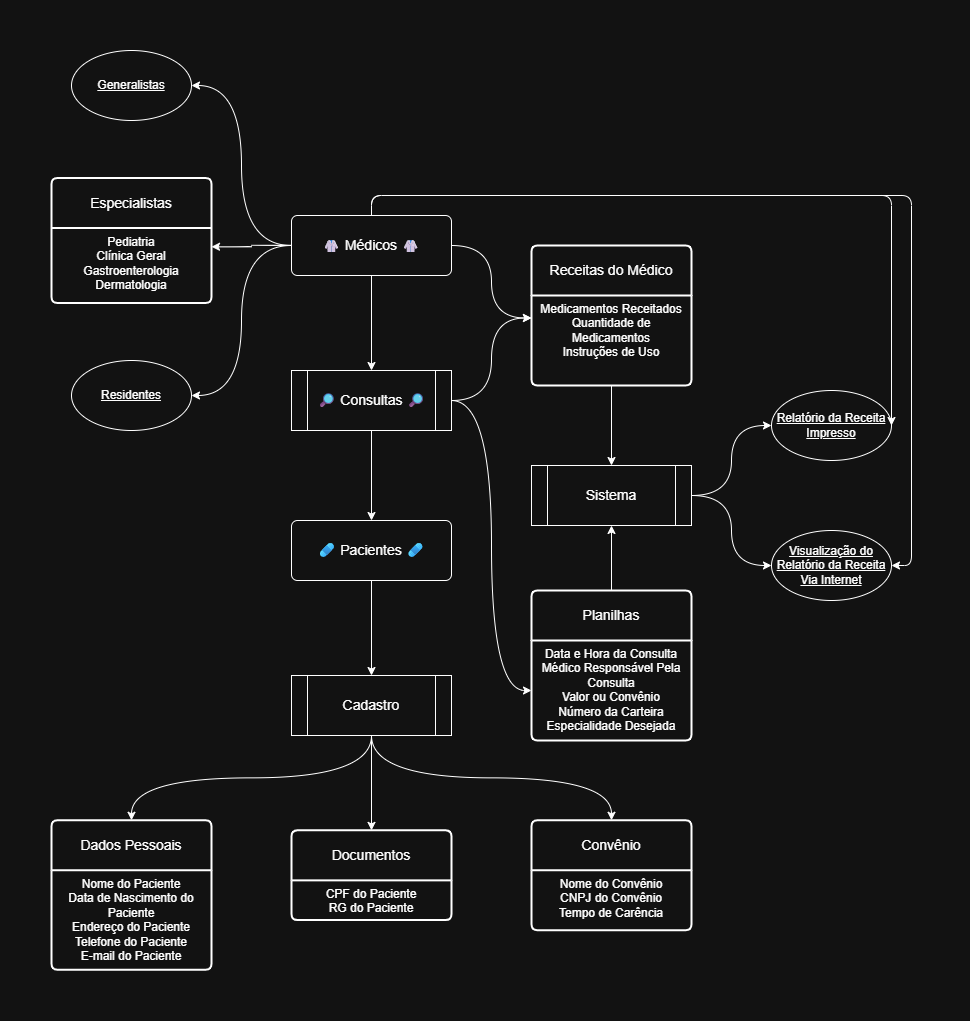
Earlier version of the draw.io export bdd_hospital_parte1.drawio.png (NoahCardo/Banco-de-Dados---Hospital). Source tidied: cells renumbered, new cells last; positions are measured from the earlier drawing's top-left corner, leaving out a move shared by most shapes.
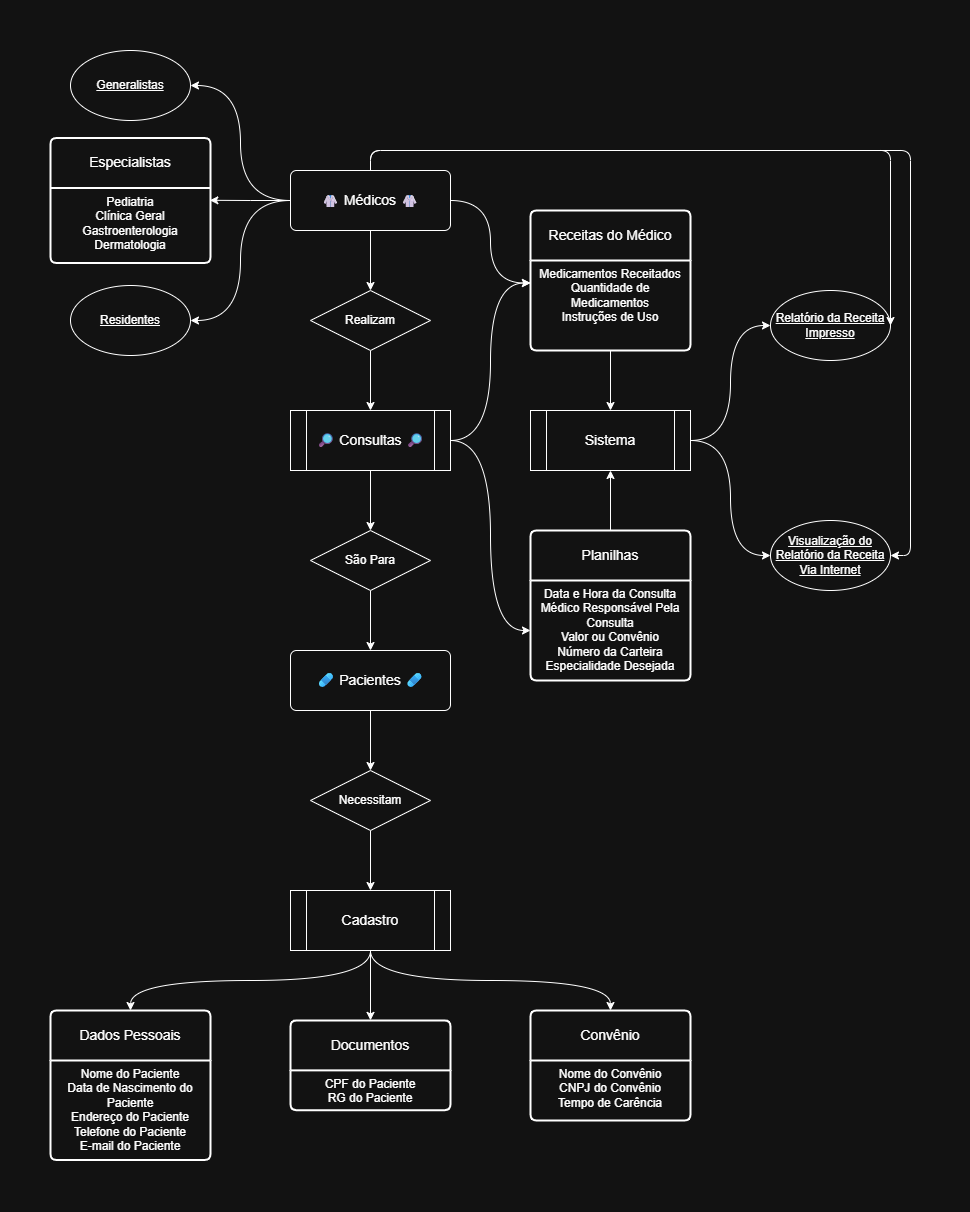
Later version of the same file.

What changed in the source:
```diff
@@ -3,19 +3,19 @@
     <mxCell id="0" />
     <mxCell id="1" parent="0" />
     <mxCell id="2" value="Convênio" style="swimlane;horizontal=1;startSize=50;rounded=1;fontSize=14;fontStyle=0;strokeWidth=2;shadow=0;dashed=0;align=center;arcSize=4;whiteSpace=wrap;html=1;labelBackgroundColor=none;labelBorderColor=none;" parent="1" vertex="1">
-      <mxGeometry x="480" y="769.8" width="160" height="110" as="geometry" />
+      <mxGeometry x="480" y="885" width="160" height="110" as="geometry" />
     </mxCell>
     <mxCell id="3" value="Nome do Convênio&lt;br&gt;&lt;div&gt;CNPJ do Convênio&lt;/div&gt;&lt;div&gt;Tempo de Carência&lt;/div&gt;" style="align=center;strokeColor=none;fillColor=none;spacingLeft=4;spacingRight=4;fontSize=12;verticalAlign=top;html=1;whiteSpace=wrap;labelBackgroundColor=none;labelBorderColor=none;" parent="2" vertex="1">
       <mxGeometry y="50" width="160" height="60" as="geometry" />
     </mxCell>
     <mxCell id="4" value="Generalistas" style="ellipse;whiteSpace=wrap;html=1;align=center;fontStyle=4;labelBackgroundColor=none;labelBorderColor=none;" parent="1" vertex="1">
-      <mxGeometry x="20" width="120" height="70" as="geometry" />
+      <mxGeometry x="20" y="-75" width="120" height="70" as="geometry" />
     </mxCell>
     <mxCell id="5" style="edgeStyle=orthogonalEdgeStyle;rounded=0;jettySize=auto;html=1;exitX=0.5;exitY=0;exitDx=0;exitDy=0;entryX=0.5;entryY=1;entryDx=0;entryDy=0;curved=1;labelBackgroundColor=none;labelBorderColor=none;" parent="1" edge="1" source="6" target="18">
       <mxGeometry relative="1" as="geometry" />
     </mxCell>
     <mxCell id="6" value="Planilhas" style="swimlane;horizontal=1;startSize=50;rounded=1;fontSize=14;fontStyle=0;strokeWidth=2;shadow=0;dashed=0;align=center;arcSize=4;whiteSpace=wrap;html=1;labelBackgroundColor=none;labelBorderColor=none;" parent="1" vertex="1">
-      <mxGeometry x="480" y="540" width="160" height="150" as="geometry" />
+      <mxGeometry x="480" y="405" width="160" height="150" as="geometry" />
     </mxCell>
     <mxCell id="7" value="Data e Hora da Consulta&lt;br&gt;Médico Responsável Pela Consulta&lt;br&gt;Valor ou Convênio&lt;div&gt;Número da Carteira&lt;br&gt;&lt;div&gt;Especialidade Desejada&lt;/div&gt;&lt;/div&gt;" style="align=center;strokeColor=none;fillColor=none;spacingLeft=4;spacingRight=4;fontSize=12;verticalAlign=top;html=1;whiteSpace=wrap;labelBackgroundColor=none;labelBorderColor=none;" parent="6" vertex="1">
       <mxGeometry y="50" width="160" height="100" as="geometry" />
@@ -23,20 +23,20 @@
     <mxCell id="8" style="edgeStyle=orthogonalEdgeStyle;rounded=0;jettySize=auto;html=1;exitX=1;exitY=0.5;exitDx=0;exitDy=0;entryX=0;entryY=0.25;entryDx=0;entryDy=0;curved=1;labelBackgroundColor=none;labelBorderColor=none;" parent="1" edge="1" source="11" target="14">
       <mxGeometry relative="1" as="geometry" />
     </mxCell>
-    <mxCell id="9" style="edgeStyle=orthogonalEdgeStyle;rounded=0;jettySize=auto;html=1;entryX=0.5;entryY=0;entryDx=0;entryDy=0;curved=1;labelBackgroundColor=none;labelBorderColor=none;" parent="1" edge="1" source="11" target="31">
+    <mxCell id="9" style="edgeStyle=orthogonalEdgeStyle;rounded=0;jettySize=auto;html=1;entryX=0.5;entryY=0;entryDx=0;entryDy=0;curved=0;labelBackgroundColor=none;labelBorderColor=none;" parent="1" edge="1" source="48" target="31">
       <mxGeometry relative="1" as="geometry" />
     </mxCell>
     <mxCell id="10" style="edgeStyle=orthogonalEdgeStyle;rounded=0;jettySize=auto;html=1;entryX=0;entryY=0.5;entryDx=0;entryDy=0;curved=1;labelBackgroundColor=none;labelBorderColor=none;" parent="1" edge="1" source="11" target="7">
       <mxGeometry relative="1" as="geometry" />
     </mxCell>
     <mxCell id="11" style="shape=process;whiteSpace=wrap;html=1;backgroundOutline=1;labelBackgroundColor=none;labelBorderColor=none;" parent="1" vertex="1">
-      <mxGeometry x="240" y="320" width="160" height="60" as="geometry" />
+      <mxGeometry x="240" y="285" width="160" height="60" as="geometry" />
     </mxCell>
     <mxCell id="12" value="&lt;font style=&quot;font-size: 14px;&quot;&gt;🔎 Consultas&amp;nbsp;&lt;/font&gt;&lt;span style=&quot;font-size: 14px;&quot;&gt;🔎&lt;/span&gt;" style="text;html=1;align=center;verticalAlign=middle;whiteSpace=wrap;rounded=0;labelBackgroundColor=none;labelBorderColor=none;" parent="1" vertex="1">
-      <mxGeometry x="262.5" y="335" width="115" height="30" as="geometry" />
+      <mxGeometry x="262.5" y="300" width="115" height="30" as="geometry" />
     </mxCell>
     <mxCell id="13" value="Receitas do Médico" style="swimlane;horizontal=1;startSize=50;rounded=1;fontSize=14;fontStyle=0;strokeWidth=2;shadow=0;dashed=0;align=center;arcSize=4;whiteSpace=wrap;html=1;fillColor=default;labelBackgroundColor=none;labelBorderColor=none;" parent="1" vertex="1">
-      <mxGeometry x="480" y="195" width="160" height="140" as="geometry" />
+      <mxGeometry x="480" y="85" width="160" height="140" as="geometry" />
     </mxCell>
     <mxCell id="14" value="Medicamentos Receitados&lt;br&gt;&lt;div&gt;Quantidade de Medicamentos&lt;/div&gt;&lt;div&gt;Instruções de Uso&lt;/div&gt;" style="align=center;strokeColor=none;fillColor=none;spacingLeft=4;spacingRight=4;fontSize=12;verticalAlign=top;html=1;whiteSpace=wrap;labelBackgroundColor=none;labelBorderColor=none;" parent="13" vertex="1">
       <mxGeometry y="50" width="160" height="90" as="geometry" />
@@ -51,18 +51,18 @@
       <mxGeometry relative="1" as="geometry" />
     </mxCell>
     <mxCell id="18" style="shape=process;whiteSpace=wrap;html=1;backgroundOutline=1;labelBackgroundColor=none;labelBorderColor=none;" parent="1" vertex="1">
-      <mxGeometry x="480" y="415" width="160" height="60" as="geometry" />
+      <mxGeometry x="480" y="285" width="160" height="60" as="geometry" />
     </mxCell>
     <mxCell id="19" value="&lt;font style=&quot;font-size: 14px;&quot;&gt;Sistema&lt;/font&gt;" style="text;html=1;align=center;verticalAlign=middle;whiteSpace=wrap;rounded=0;labelBackgroundColor=none;labelBorderColor=none;" parent="1" vertex="1">
-      <mxGeometry x="530" y="430" width="60" height="30" as="geometry" />
+      <mxGeometry x="530" y="300" width="60" height="30" as="geometry" />
     </mxCell>
     <mxCell id="20" value="Visualização do Relatório da Receita Via Internet" style="ellipse;whiteSpace=wrap;html=1;align=center;fontStyle=4;labelBackgroundColor=none;labelBorderColor=none;" parent="1" vertex="1">
-      <mxGeometry x="720" y="480" width="120" height="70" as="geometry" />
+      <mxGeometry x="720" y="395" width="120" height="70" as="geometry" />
     </mxCell>
     <mxCell id="21" value="Relatório da Receita Impresso" style="ellipse;whiteSpace=wrap;html=1;align=center;fontStyle=4;labelBackgroundColor=none;labelBorderColor=none;" parent="1" vertex="1">
-      <mxGeometry x="720" y="340" width="120" height="70" as="geometry" />
+      <mxGeometry x="720" y="165" width="120" height="70" as="geometry" />
     </mxCell>
-    <mxCell id="22" style="edgeStyle=orthogonalEdgeStyle;rounded=0;jettySize=auto;html=1;exitX=0.5;exitY=1;exitDx=0;exitDy=0;entryX=0.5;entryY=0;entryDx=0;entryDy=0;curved=1;labelBackgroundColor=none;labelBorderColor=none;" parent="1" edge="1" source="29" target="11">
+    <mxCell id="22" style="edgeStyle=orthogonalEdgeStyle;rounded=0;jettySize=auto;html=1;exitX=0.5;exitY=1;exitDx=0;exitDy=0;entryX=0.5;entryY=0;entryDx=0;entryDy=0;curved=0;labelBackgroundColor=none;labelBorderColor=none;" parent="1" edge="1" source="46" target="11">
       <mxGeometry relative="1" as="geometry" />
     </mxCell>
     <mxCell id="23" style="edgeStyle=orthogonalEdgeStyle;rounded=0;jettySize=auto;html=1;entryX=0;entryY=0.25;entryDx=0;entryDy=0;curved=1;labelBackgroundColor=none;labelBorderColor=none;" parent="1" edge="1" source="29" target="14">
@@ -74,8 +74,8 @@
     <mxCell id="25" style="edgeStyle=orthogonalEdgeStyle;rounded=1;jettySize=auto;html=1;exitX=0.5;exitY=0;exitDx=0;exitDy=0;curved=0;entryX=1;entryY=0.5;entryDx=0;entryDy=0;labelBackgroundColor=none;labelBorderColor=none;" parent="1" edge="1" source="29" target="21">
       <mxGeometry relative="1" as="geometry">
         <Array as="points">
-          <mxPoint x="320" y="145" />
-          <mxPoint x="840" y="145" />
+          <mxPoint x="320" y="25" />
+          <mxPoint x="840" y="25" />
         </Array>
       </mxGeometry>
     </mxCell>
@@ -85,20 +85,17 @@
     <mxCell id="27" style="edgeStyle=orthogonalEdgeStyle;rounded=0;jettySize=auto;html=1;exitX=0;exitY=0.5;exitDx=0;exitDy=0;entryX=1;entryY=0.5;entryDx=0;entryDy=0;curved=1;labelBackgroundColor=none;labelBorderColor=none;" parent="1" edge="1" source="29" target="42">
       <mxGeometry relative="1" as="geometry" />
     </mxCell>
-    <mxCell id="28" style="edgeStyle=orthogonalEdgeStyle;rounded=0;jettySize=auto;html=1;exitX=0;exitY=0.5;exitDx=0;exitDy=0;entryX=1;entryY=0.25;entryDx=0;entryDy=0;curved=1;labelBackgroundColor=none;labelBorderColor=none;" parent="1" edge="1" source="29" target="44">
-      <mxGeometry relative="1" as="geometry" />
-    </mxCell>
     <mxCell id="29" value="&lt;font style=&quot;font-size: 14px;&quot;&gt;🥼 Médicos 🥼&lt;/font&gt;" style="rounded=1;arcSize=10;whiteSpace=wrap;html=1;align=center;labelBackgroundColor=none;labelBorderColor=none;" parent="1" vertex="1">
-      <mxGeometry x="240" y="165" width="160" height="60" as="geometry" />
+      <mxGeometry x="240" y="45" width="160" height="60" as="geometry" />
     </mxCell>
-    <mxCell id="30" style="edgeStyle=orthogonalEdgeStyle;rounded=0;jettySize=auto;html=1;exitX=0.5;exitY=1;exitDx=0;exitDy=0;entryX=0.5;entryY=0;entryDx=0;entryDy=0;curved=1;labelBackgroundColor=none;labelBorderColor=none;" parent="1" edge="1" source="31" target="37">
+    <mxCell id="30" style="edgeStyle=orthogonalEdgeStyle;rounded=0;jettySize=auto;html=1;exitX=0.5;exitY=1;exitDx=0;exitDy=0;entryX=0.5;entryY=0;entryDx=0;entryDy=0;curved=0;labelBackgroundColor=none;labelBorderColor=none;" parent="1" edge="1" source="50" target="37">
       <mxGeometry relative="1" as="geometry" />
     </mxCell>
-    <mxCell id="31" value="&lt;font style=&quot;font-size: 14px;&quot;&gt;🩹 Pacientes&amp;nbsp;&lt;/font&gt;&lt;span style=&quot;font-size: 14px;&quot;&gt;🩹&lt;/span&gt;" style="rounded=1;arcSize=10;whiteSpace=wrap;html=1;align=center;labelBackgroundColor=none;labelBorderColor=none;" parent="1" vertex="1">
-      <mxGeometry x="240" y="470" width="160" height="60" as="geometry" />
+    <mxCell id="31" value="&lt;font style=&quot;font-size: 14px;&quot;&gt;🩹 Pacientes 🩹&lt;/font&gt;" style="rounded=1;arcSize=10;whiteSpace=wrap;html=1;align=center;labelBackgroundColor=none;labelBorderColor=none;" parent="1" vertex="1">
+      <mxGeometry x="240" y="525" width="160" height="60" as="geometry" />
     </mxCell>
     <mxCell id="32" value="Documentos" style="swimlane;horizontal=1;startSize=50;rounded=1;fontSize=14;fontStyle=0;strokeWidth=2;shadow=0;dashed=0;align=center;arcSize=4;whiteSpace=wrap;html=1;labelBackgroundColor=none;labelBorderColor=none;" parent="1" vertex="1">
-      <mxGeometry x="240" y="779.9" width="160" height="89.8" as="geometry" />
+      <mxGeometry x="240" y="894.9" width="160" height="89.8" as="geometry" />
     </mxCell>
     <mxCell id="33" value="CPF do Paciente&lt;div&gt;RG do Paciente&lt;/div&gt;" style="align=center;strokeColor=none;fillColor=none;spacingLeft=4;spacingRight=4;fontSize=12;verticalAlign=top;html=1;whiteSpace=wrap;labelBackgroundColor=none;labelBorderColor=none;" parent="32" vertex="1">
       <mxGeometry y="50" width="160" height="39.8" as="geometry" />
@@ -113,13 +110,13 @@
       <mxGeometry relative="1" as="geometry" />
     </mxCell>
     <mxCell id="37" style="shape=process;whiteSpace=wrap;html=1;backgroundOutline=1;labelBackgroundColor=none;labelBorderColor=none;" parent="1" vertex="1">
-      <mxGeometry x="240" y="625" width="160" height="60" as="geometry" />
+      <mxGeometry x="240" y="765" width="160" height="60" as="geometry" />
     </mxCell>
     <mxCell id="38" value="&lt;font style=&quot;font-size: 14px;&quot;&gt;Cadastro&lt;/font&gt;" style="text;html=1;align=center;verticalAlign=middle;whiteSpace=wrap;rounded=0;labelBackgroundColor=none;labelBorderColor=none;" parent="1" vertex="1">
-      <mxGeometry x="290" y="640" width="60" height="30" as="geometry" />
+      <mxGeometry x="290" y="780" width="60" height="30" as="geometry" />
     </mxCell>
     <mxCell id="39" value="Dados Pessoais" style="swimlane;horizontal=1;startSize=50;rounded=1;fontSize=14;fontStyle=0;strokeWidth=2;shadow=0;dashed=0;align=center;arcSize=4;whiteSpace=wrap;html=1;labelBackgroundColor=none;labelBorderColor=none;fillColor=default;" parent="1" vertex="1">
-      <mxGeometry y="769.8" width="160" height="149.5" as="geometry" />
+      <mxGeometry y="885" width="160" height="149.5" as="geometry" />
     </mxCell>
     <mxCell id="40" value="Nome do Paciente&lt;div&gt;Data de Nascimento do Paciente&lt;/div&gt;&lt;div&gt;Endereço do Paciente&lt;/div&gt;&lt;div&gt;Telefone do Paciente&lt;/div&gt;&lt;div&gt;E-mail do Paciente&lt;/div&gt;" style="align=center;strokeColor=none;fillColor=none;spacingLeft=4;spacingRight=4;fontSize=12;verticalAlign=top;html=1;whiteSpace=wrap;rounded=0;labelBackgroundColor=none;labelBorderColor=none;" parent="39" vertex="1">
       <mxGeometry y="50" width="160" height="99.5" as="geometry" />
@@ -128,13 +125,34 @@
       <mxGeometry relative="1" as="geometry" />
     </mxCell>
     <mxCell id="42" value="Residentes" style="ellipse;whiteSpace=wrap;html=1;align=center;fontStyle=4;labelBackgroundColor=none;labelBorderColor=none;" parent="1" vertex="1">
-      <mxGeometry x="20" y="310" width="120" height="70" as="geometry" />
+      <mxGeometry x="20" y="160" width="120" height="70" as="geometry" />
     </mxCell>
     <mxCell id="43" value="Especialistas" style="swimlane;horizontal=1;startSize=50;rounded=1;fontSize=14;fontStyle=0;strokeWidth=2;shadow=0;dashed=0;align=center;arcSize=4;whiteSpace=wrap;html=1;fillColor=default;labelBackgroundColor=none;labelBorderColor=none;" parent="1" vertex="1">
-      <mxGeometry y="127.5" width="160" height="125" as="geometry" />
+      <mxGeometry y="12.5" width="160" height="125" as="geometry" />
     </mxCell>
     <mxCell id="44" value="Pediatria&lt;div&gt;Clínica Geral&lt;/div&gt;&lt;div&gt;Gastroenterologia&lt;/div&gt;&lt;div&gt;Dermatologia&lt;/div&gt;" style="align=center;strokeColor=none;fillColor=none;spacingLeft=4;spacingRight=4;fontSize=12;verticalAlign=top;html=1;whiteSpace=wrap;labelBackgroundColor=none;labelBorderColor=none;" parent="43" vertex="1">
       <mxGeometry y="50" width="160" height="75" as="geometry" />
     </mxCell>
+    <mxCell id="45" style="edgeStyle=orthogonalEdgeStyle;rounded=0;jettySize=auto;html=1;exitX=0.5;exitY=1;exitDx=0;exitDy=0;entryX=0.5;entryY=0;entryDx=0;entryDy=0;curved=0;labelBackgroundColor=none;labelBorderColor=none;" parent="1" edge="1" source="29" target="46">
+      <mxGeometry relative="1" as="geometry" />
+    </mxCell>
+    <mxCell id="46" value="Realizam" style="shape=rhombus;perimeter=rhombusPerimeter;whiteSpace=wrap;html=1;align=center;" parent="1" vertex="1">
+      <mxGeometry x="260" y="165" width="120" height="60" as="geometry" />
+    </mxCell>
+    <mxCell id="47" style="edgeStyle=orthogonalEdgeStyle;rounded=0;jettySize=auto;html=1;entryX=0.5;entryY=0;entryDx=0;entryDy=0;curved=0;labelBackgroundColor=none;labelBorderColor=none;" parent="1" edge="1" source="11" target="48">
+      <mxGeometry relative="1" as="geometry" />
+    </mxCell>
+    <mxCell id="48" value="São Para" style="shape=rhombus;perimeter=rhombusPerimeter;whiteSpace=wrap;html=1;align=center;" parent="1" vertex="1">
+      <mxGeometry x="260" y="405" width="120" height="60" as="geometry" />
+    </mxCell>
+    <mxCell id="49" style="edgeStyle=orthogonalEdgeStyle;rounded=0;jettySize=auto;html=1;exitX=0.5;exitY=1;exitDx=0;exitDy=0;entryX=0.5;entryY=0;entryDx=0;entryDy=0;curved=0;labelBackgroundColor=none;labelBorderColor=none;" parent="1" edge="1" source="31" target="50">
+      <mxGeometry relative="1" as="geometry" />
+    </mxCell>
+    <mxCell id="50" value="Necessitam" style="shape=rhombus;perimeter=rhombusPerimeter;whiteSpace=wrap;html=1;align=center;" parent="1" vertex="1">
+      <mxGeometry x="260" y="645" width="120" height="60" as="geometry" />
+    </mxCell>
+    <mxCell id="28" style="edgeStyle=orthogonalEdgeStyle;rounded=0;jettySize=auto;html=1;entryX=0.996;entryY=0.164;entryDx=0;entryDy=0;entryPerimeter=0;" parent="1" edge="1" source="29" target="44">
+      <mxGeometry relative="1" as="geometry" />
+    </mxCell>
   </root>
 </mxGraphModel>
```
